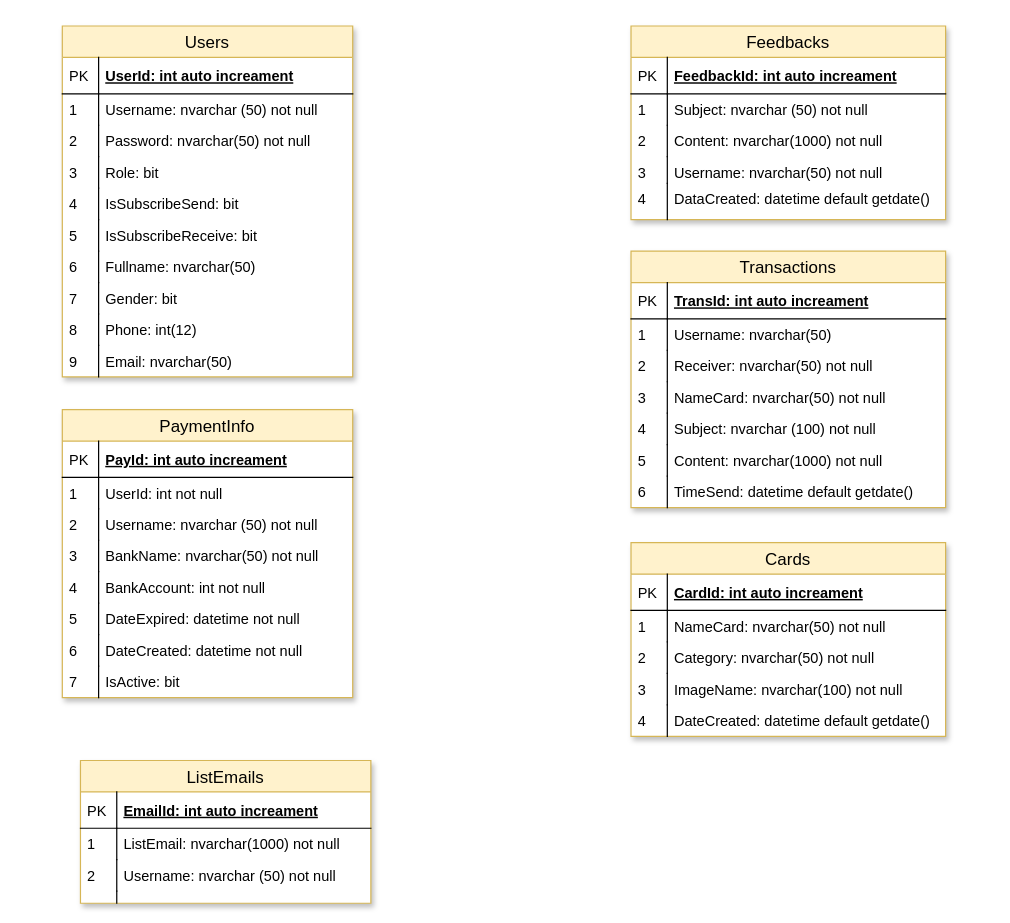
Before: page "Database Structure" (5 of 9) of e-Greeting.drawio in duyphuong403/E-Greeting, a draw.io diagram. Source tidied: cells renumbered, new cells numbered last; positions are measured from the earlier drawing's top-left corner, leaving out a move shared by most shapes. Both pictures are drawn from the tidied source at 121%, with x=0, y=0 at pixel (62, 25).
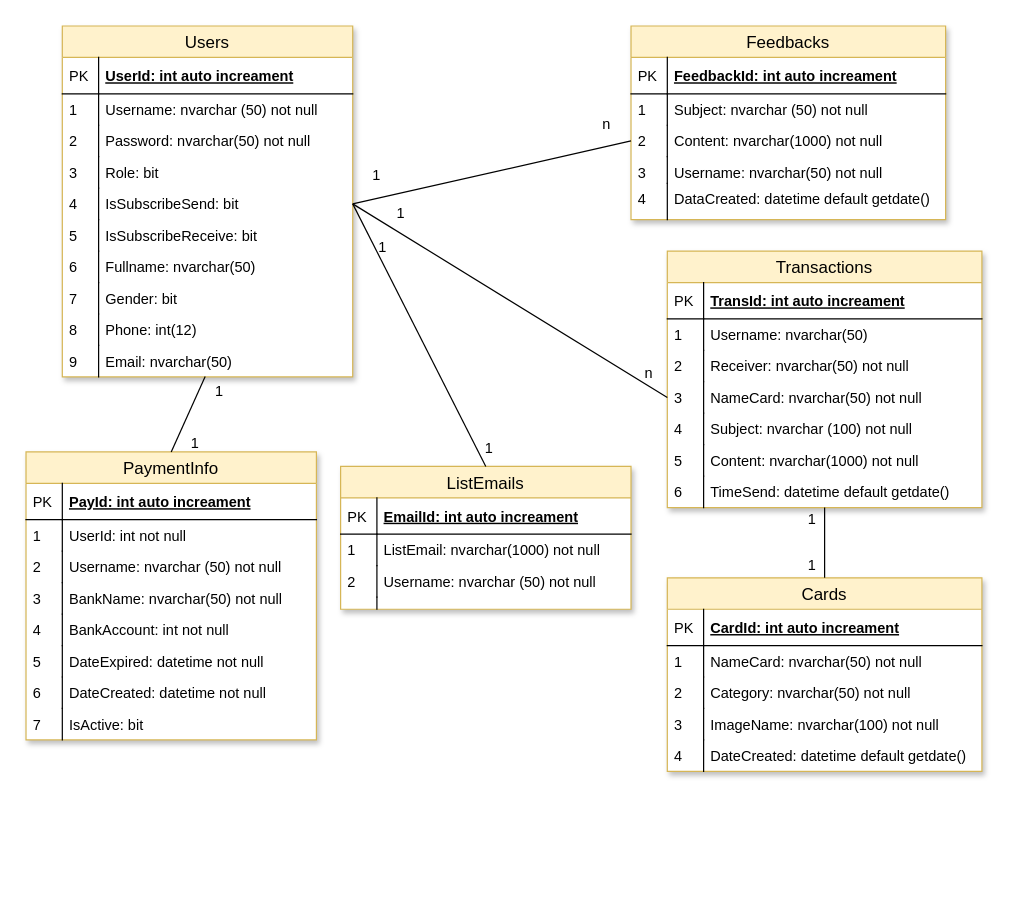
The same page after the edit.

Unchanged cells that the change refers to:
```xml
<mxCell id="11" value="IsSubscribeSend: bit" style="shape=partialRectangle;top=0;left=0;right=0;bottom=0;align=left;verticalAlign=top;fillColor=none;spacingLeft=34;spacingRight=4;overflow=hidden;points=[[0,0.5],[1,0.5]];portConstraint=eastwest;fontSize=12;" parent="2" vertex="1">
  <mxGeometry y="134" width="240" height="26" as="geometry" />
</mxCell>
<mxCell id="21" value="Email: nvarchar(50) " style="shape=partialRectangle;top=0;left=0;right=0;bottom=0;align=left;verticalAlign=top;fillColor=none;spacingLeft=34;spacingRight=4;overflow=hidden;points=[[0,0.5],[1,0.5]];portConstraint=eastwest;fontSize=12;" parent="2" vertex="1">
  <mxGeometry y="264" width="240" height="26" as="geometry" />
</mxCell>
<mxCell id="30" value="Content: nvarchar(1000) not null" style="shape=partialRectangle;top=0;left=0;right=0;bottom=0;align=left;verticalAlign=top;fillColor=none;spacingLeft=34;spacingRight=4;overflow=hidden;points=[[0,0.5],[1,0.5]];portConstraint=eastwest;fontSize=12;" parent="25" vertex="1">
  <mxGeometry y="82" width="260" height="26" as="geometry" />
</mxCell>
<mxCell id="43" value="NameCard: nvarchar(50) not null" style="shape=partialRectangle;top=0;left=0;right=0;bottom=0;align=left;verticalAlign=top;fillColor=none;spacingLeft=34;spacingRight=4;overflow=hidden;points=[[0,0.5],[1,0.5]];portConstraint=eastwest;fontSize=12;" parent="36" vertex="1">
  <mxGeometry y="108" width="260" height="26" as="geometry" />
</mxCell>
```

Change to the diagram source:
```diff
@@
     <mxCell id="36" value="Transactions" style="swimlane;fontStyle=0;horizontal=1;startSize=26;fillColor=#fff2cc;swimlaneFillColor=#ffffff;align=center;fontSize=14;shadow=1;strokeColor=#d6b656;" parent="1" vertex="1">
-      <mxGeometry x="470" y="186" width="260" height="212" as="geometry" />
+      <mxGeometry x="500" y="186" width="260" height="212" as="geometry" />
     </mxCell>
@@
     <mxCell id="53" value="Cards" style="swimlane;fontStyle=0;horizontal=1;startSize=26;fillColor=#fff2cc;swimlaneFillColor=#ffffff;align=center;fontSize=14;shadow=1;strokeColor=#d6b656;" parent="1" vertex="1">
-      <mxGeometry x="470" y="427" width="260" height="160" as="geometry" />
+      <mxGeometry x="500" y="456" width="260" height="160" as="geometry" />
     </mxCell>
@@
     <mxCell id="66" value="ListEmails" style="swimlane;fontStyle=0;horizontal=1;startSize=26;fillColor=#fff2cc;swimlaneFillColor=#ffffff;align=center;fontSize=14;rounded=0;shadow=1;glass=0;comic=0;strokeColor=#d6b656;" parent="1" vertex="1">
-      <mxGeometry x="15" y="607" width="240" height="118" as="geometry" />
+      <mxGeometry x="230" y="364" width="240" height="118" as="geometry" />
     </mxCell>
@@
     <mxCell id="75" value="PaymentInfo" style="swimlane;fontStyle=0;horizontal=1;startSize=26;fillColor=#fff2cc;swimlaneFillColor=#ffffff;align=center;fontSize=14;rounded=0;shadow=1;glass=0;comic=0;strokeColor=#d6b656;" parent="1" vertex="1">
-      <mxGeometry y="317" width="240" height="238" as="geometry" />
+      <mxGeometry x="-30" y="352" width="240" height="238" as="geometry" />
     </mxCell>
@@
+    <mxCell id="92" style="endArrow=none;html=1;exitX=1;exitY=0.5;exitDx=0;exitDy=0;entryX=0;entryY=0.5;entryDx=0;entryDy=0;" parent="1" edge="1" source="11" target="30">
+      <mxGeometry relative="1" as="geometry" />
+    </mxCell>
+    <mxCell id="93" style="endArrow=none;html=1;exitX=1;exitY=0.5;exitDx=0;exitDy=0;entryX=0;entryY=0.5;entryDx=0;entryDy=0;" parent="1" edge="1" source="11" target="43">
+      <mxGeometry relative="1" as="geometry" />
+    </mxCell>
+    <mxCell id="94" style="endArrow=none;html=1;exitX=0.5;exitY=0;exitDx=0;exitDy=0;entryX=0.5;entryY=1;entryDx=0;entryDy=0;" parent="1" edge="1" source="53" target="36">
+      <mxGeometry relative="1" as="geometry" />
+    </mxCell>
+    <mxCell id="95" value="1" style="text;html=1;strokeColor=none;fillColor=none;align=center;verticalAlign=middle;whiteSpace=wrap;rounded=0;" parent="1" vertex="1">
+      <mxGeometry x="240" y="114" width="40" height="20" as="geometry" />
+    </mxCell>
+    <mxCell id="96" value="n" style="text;html=1;strokeColor=none;fillColor=none;align=center;verticalAlign=middle;whiteSpace=wrap;rounded=0;" parent="1" vertex="1">
+      <mxGeometry x="430" y="72" width="40" height="20" as="geometry" />
+    </mxCell>
+    <mxCell id="97" value="1" style="text;html=1;strokeColor=none;fillColor=none;align=center;verticalAlign=middle;whiteSpace=wrap;rounded=0;" parent="1" vertex="1">
+      <mxGeometry x="260" y="145" width="40" height="20" as="geometry" />
+    </mxCell>
+    <mxCell id="98" value="n" style="text;html=1;strokeColor=none;fillColor=none;align=center;verticalAlign=middle;whiteSpace=wrap;rounded=0;" parent="1" vertex="1">
+      <mxGeometry x="465" y="277" width="40" height="20" as="geometry" />
+    </mxCell>
+    <mxCell id="99" style="endArrow=none;html=1;exitX=0.5;exitY=0;exitDx=0;exitDy=0;entryX=1;entryY=0.5;entryDx=0;entryDy=0;" parent="1" edge="1" source="66" target="11">
+      <mxGeometry relative="1" as="geometry" />
+    </mxCell>
+    <mxCell id="100" value="1" style="text;html=1;strokeColor=none;fillColor=none;align=center;verticalAlign=middle;whiteSpace=wrap;rounded=0;" parent="1" vertex="1">
+      <mxGeometry x="600" y="398" width="40" height="20" as="geometry" />
+    </mxCell>
+    <mxCell id="101" value="1" style="text;html=1;strokeColor=none;fillColor=none;align=center;verticalAlign=middle;whiteSpace=wrap;rounded=0;" parent="1" vertex="1">
+      <mxGeometry x="600" y="436" width="40" height="20" as="geometry" />
+    </mxCell>
+    <mxCell id="102" value="1" style="text;html=1;strokeColor=none;fillColor=none;align=center;verticalAlign=middle;whiteSpace=wrap;rounded=0;" parent="1" vertex="1">
+      <mxGeometry x="245" y="173" width="40" height="20" as="geometry" />
+    </mxCell>
+    <mxCell id="103" value="1" style="text;html=1;strokeColor=none;fillColor=none;align=center;verticalAlign=middle;whiteSpace=wrap;rounded=0;" parent="1" vertex="1">
+      <mxGeometry x="333" y="339" width="40" height="20" as="geometry" />
+    </mxCell>
+    <mxCell id="104" style="endArrow=none;html=1;entryX=0.492;entryY=0.985;entryDx=0;entryDy=0;entryPerimeter=0;exitX=0.5;exitY=0;exitDx=0;exitDy=0;" parent="1" edge="1" source="75" target="21">
+      <mxGeometry relative="1" as="geometry" />
+    </mxCell>
+    <mxCell id="105" value="1" style="text;html=1;strokeColor=none;fillColor=none;align=center;verticalAlign=middle;whiteSpace=wrap;rounded=0;" parent="1" vertex="1">
+      <mxGeometry x="110" y="292" width="40" height="20" as="geometry" />
+    </mxCell>
+    <mxCell id="106" value="1" style="text;html=1;strokeColor=none;fillColor=none;align=center;verticalAlign=middle;whiteSpace=wrap;rounded=0;" parent="1" vertex="1">
+      <mxGeometry x="90" y="335" width="40" height="20" as="geometry" />
+    </mxCell>
```
